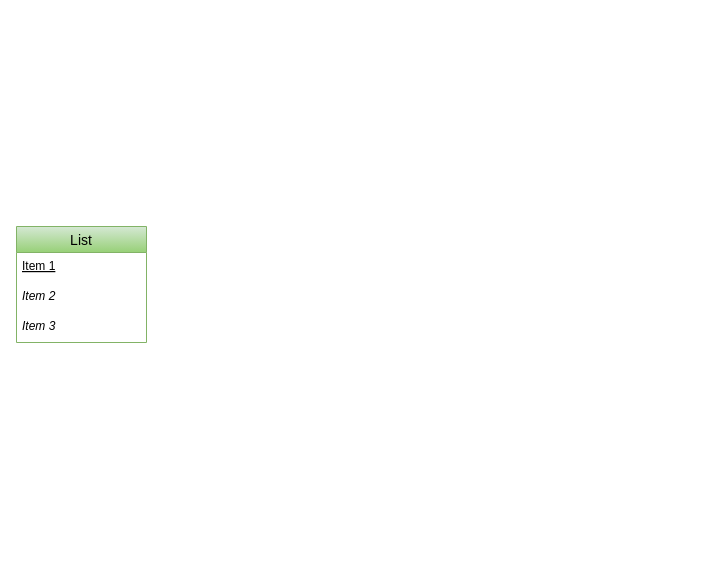
crackplatoonbd/Drawio keeps this draw.io diagram as Untitled Diagram.drawio. Above is the earlier version. Source tidied: cells renumbered, new cells numbered last; positions are measured from the earlier drawing's top-left corner, leaving out a move shared by most shapes. Both pictures are drawn from the tidied source at 100%, with x=0, y=0 at pixel (16, 226).
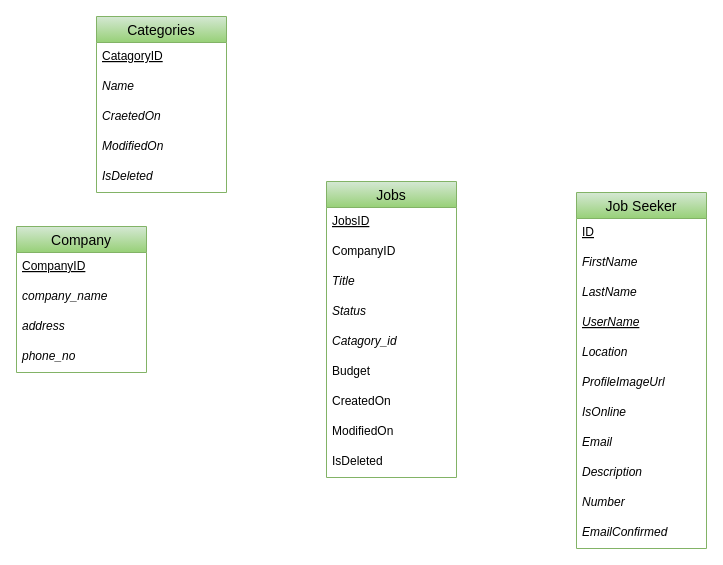
The same diagram, later.

Change to the diagram source:
```diff
@@
-    <mxCell id="2" value="List" style="swimlane;fontStyle=0;horizontal=1;startSize=26;align=center;fontSize=14;labelBackgroundColor=none;fillColor=#d5e8d4;strokeColor=#82b366;gradientColor=#97d077;" parent="1" vertex="1">
-      <mxGeometry width="130" height="116" as="geometry" />
+    <mxCell id="2" value="Company" style="swimlane;fontStyle=0;horizontal=1;startSize=26;align=center;fontSize=14;labelBackgroundColor=none;fillColor=#d5e8d4;strokeColor=#82b366;gradientColor=#97d077;" parent="1" vertex="1">
+      <mxGeometry width="130" height="146" as="geometry" />
     </mxCell>
-    <mxCell id="3" value="Item 1" style="text;strokeColor=none;fillColor=none;spacingLeft=4;spacingRight=4;overflow=hidden;fontSize=12;fontStyle=4;" parent="2" vertex="1">
+    <mxCell id="3" value="CompanyID" style="text;strokeColor=none;fillColor=none;spacingLeft=4;spacingRight=4;overflow=hidden;fontSize=12;fontStyle=4;" parent="2" vertex="1">
       <mxGeometry y="26" width="130" height="30" as="geometry" />
     </mxCell>
-    <mxCell id="4" value="Item 2" style="text;strokeColor=none;fillColor=none;spacingLeft=4;spacingRight=4;overflow=hidden;fontSize=12;fontStyle=2;" parent="2" vertex="1">
+    <mxCell id="4" value="company_name" style="text;strokeColor=none;fillColor=none;spacingLeft=4;spacingRight=4;overflow=hidden;fontSize=12;fontStyle=2;" parent="2" vertex="1">
       <mxGeometry y="56" width="130" height="30" as="geometry" />
     </mxCell>
-    <mxCell id="5" value="Item 3" style="text;strokeColor=none;fillColor=none;spacingLeft=4;spacingRight=4;overflow=hidden;fontSize=12;fontStyle=2;" parent="2" vertex="1">
+    <mxCell id="5" value="address" style="text;strokeColor=none;fillColor=none;spacingLeft=4;spacingRight=4;overflow=hidden;fontSize=12;fontStyle=2;" parent="2" vertex="1">
       <mxGeometry y="86" width="130" height="30" as="geometry" />
     </mxCell>
+    <mxCell id="6" value="phone_no" style="text;strokeColor=none;fillColor=none;spacingLeft=4;spacingRight=4;overflow=hidden;fontSize=12;fontStyle=2;" parent="2" vertex="1">
+      <mxGeometry y="116" width="130" height="30" as="geometry" />
+    </mxCell>
+    <mxCell id="7" value="Jobs" style="swimlane;fontStyle=0;horizontal=1;startSize=26;align=center;fontSize=14;labelBackgroundColor=none;fillColor=#d5e8d4;strokeColor=#82b366;gradientColor=#97d077;" parent="1" vertex="1">
+      <mxGeometry x="310" y="-45" width="130" height="296" as="geometry" />
+    </mxCell>
+    <mxCell id="8" value="JobsID" style="text;strokeColor=none;fillColor=none;spacingLeft=4;spacingRight=4;overflow=hidden;fontSize=12;fontStyle=4;" parent="7" vertex="1">
+      <mxGeometry y="26" width="130" height="30" as="geometry" />
+    </mxCell>
+    <mxCell id="9" value="CompanyID" style="text;strokeColor=none;fillColor=none;spacingLeft=4;spacingRight=4;overflow=hidden;fontSize=12;fontStyle=0;" parent="7" vertex="1">
+      <mxGeometry y="56" width="130" height="30" as="geometry" />
+    </mxCell>
+    <mxCell id="10" value="Title" style="text;strokeColor=none;fillColor=none;spacingLeft=4;spacingRight=4;overflow=hidden;fontSize=12;fontStyle=2;" parent="7" vertex="1">
+      <mxGeometry y="86" width="130" height="30" as="geometry" />
+    </mxCell>
+    <mxCell id="11" value="Status" style="text;strokeColor=none;fillColor=none;spacingLeft=4;spacingRight=4;overflow=hidden;fontSize=12;fontStyle=2;" parent="7" vertex="1">
+      <mxGeometry y="116" width="130" height="30" as="geometry" />
+    </mxCell>
+    <mxCell id="12" value="Catagory_id" style="text;strokeColor=none;fillColor=none;spacingLeft=4;spacingRight=4;overflow=hidden;fontSize=12;fontStyle=2;" parent="7" vertex="1">
+      <mxGeometry y="146" width="130" height="30" as="geometry" />
+    </mxCell>
+    <mxCell id="13" value="Budget" style="text;strokeColor=none;fillColor=none;spacingLeft=4;spacingRight=4;overflow=hidden;fontSize=12;labelBackgroundColor=none;" parent="7" vertex="1">
+      <mxGeometry y="176" width="130" height="30" as="geometry" />
+    </mxCell>
+    <mxCell id="14" value="CreatedOn" style="text;strokeColor=none;fillColor=none;spacingLeft=4;spacingRight=4;overflow=hidden;fontSize=12;labelBackgroundColor=none;" parent="7" vertex="1">
+      <mxGeometry y="206" width="130" height="30" as="geometry" />
+    </mxCell>
+    <mxCell id="15" value="ModifiedOn" style="text;strokeColor=none;fillColor=none;spacingLeft=4;spacingRight=4;overflow=hidden;fontSize=12;labelBackgroundColor=none;" parent="7" vertex="1">
+      <mxGeometry y="236" width="130" height="30" as="geometry" />
+    </mxCell>
+    <mxCell id="16" value="IsDeleted" style="text;strokeColor=none;fillColor=none;spacingLeft=4;spacingRight=4;overflow=hidden;fontSize=12;labelBackgroundColor=none;" parent="7" vertex="1">
+      <mxGeometry y="266" width="130" height="30" as="geometry" />
+    </mxCell>
+    <mxCell id="17" value="Categories" style="swimlane;fontStyle=0;horizontal=1;startSize=26;align=center;fontSize=14;labelBackgroundColor=none;fillColor=#d5e8d4;strokeColor=#82b366;gradientColor=#97d077;" parent="1" vertex="1">
+      <mxGeometry x="80" y="-210" width="130" height="176" as="geometry" />
+    </mxCell>
+    <mxCell id="18" value="CatagoryID" style="text;strokeColor=none;fillColor=none;spacingLeft=4;spacingRight=4;overflow=hidden;fontSize=12;fontStyle=4;" parent="17" vertex="1">
+      <mxGeometry y="26" width="130" height="30" as="geometry" />
+    </mxCell>
+    <mxCell id="19" value="Name" style="text;strokeColor=none;fillColor=none;spacingLeft=4;spacingRight=4;overflow=hidden;fontSize=12;fontStyle=2;" parent="17" vertex="1">
+      <mxGeometry y="56" width="130" height="30" as="geometry" />
+    </mxCell>
+    <mxCell id="20" value="CraetedOn" style="text;strokeColor=none;fillColor=none;spacingLeft=4;spacingRight=4;overflow=hidden;fontSize=12;fontStyle=2;" parent="17" vertex="1">
+      <mxGeometry y="86" width="130" height="30" as="geometry" />
+    </mxCell>
+    <mxCell id="21" value="ModifiedOn" style="text;strokeColor=none;fillColor=none;spacingLeft=4;spacingRight=4;overflow=hidden;fontSize=12;fontStyle=2;" parent="17" vertex="1">
+      <mxGeometry y="116" width="130" height="30" as="geometry" />
+    </mxCell>
+    <mxCell id="22" value="IsDeleted" style="text;strokeColor=none;fillColor=none;spacingLeft=4;spacingRight=4;overflow=hidden;fontSize=12;fontStyle=2;" parent="17" vertex="1">
+      <mxGeometry y="146" width="130" height="30" as="geometry" />
+    </mxCell>
+    <mxCell id="23" value="Job Seeker" style="swimlane;fontStyle=0;horizontal=1;startSize=26;align=center;fontSize=14;labelBackgroundColor=none;fillColor=#d5e8d4;strokeColor=#82b366;gradientColor=#97d077;" parent="1" vertex="1">
+      <mxGeometry x="560" y="-34" width="130" height="356" as="geometry" />
+    </mxCell>
+    <mxCell id="24" value="ID" style="text;strokeColor=none;fillColor=none;spacingLeft=4;spacingRight=4;overflow=hidden;fontSize=12;fontStyle=4;" parent="23" vertex="1">
+      <mxGeometry y="26" width="130" height="30" as="geometry" />
+    </mxCell>
+    <mxCell id="25" value="FirstName" style="text;strokeColor=none;fillColor=none;spacingLeft=4;spacingRight=4;overflow=hidden;fontSize=12;fontStyle=2;" parent="23" vertex="1">
+      <mxGeometry y="56" width="130" height="30" as="geometry" />
+    </mxCell>
+    <mxCell id="26" value="LastName" style="text;strokeColor=none;fillColor=none;spacingLeft=4;spacingRight=4;overflow=hidden;fontSize=12;fontStyle=2;" parent="23" vertex="1">
+      <mxGeometry y="86" width="130" height="30" as="geometry" />
+    </mxCell>
+    <mxCell id="27" value="UserName" style="text;strokeColor=none;fillColor=none;spacingLeft=4;spacingRight=4;overflow=hidden;fontSize=12;fontStyle=6;" parent="23" vertex="1">
+      <mxGeometry y="116" width="130" height="30" as="geometry" />
+    </mxCell>
+    <mxCell id="28" value="Location" style="text;strokeColor=none;fillColor=none;spacingLeft=4;spacingRight=4;overflow=hidden;fontSize=12;fontStyle=2;" parent="23" vertex="1">
+      <mxGeometry y="146" width="130" height="30" as="geometry" />
+    </mxCell>
+    <mxCell id="29" value="ProfileImageUrl" style="text;strokeColor=none;fillColor=none;spacingLeft=4;spacingRight=4;overflow=hidden;fontSize=12;fontStyle=2;" parent="23" vertex="1">
+      <mxGeometry y="176" width="130" height="30" as="geometry" />
+    </mxCell>
+    <mxCell id="30" value="IsOnline" style="text;strokeColor=none;fillColor=none;spacingLeft=4;spacingRight=4;overflow=hidden;fontSize=12;fontStyle=2;" parent="23" vertex="1">
+      <mxGeometry y="206" width="130" height="30" as="geometry" />
+    </mxCell>
+    <mxCell id="31" value="Email" style="text;strokeColor=none;fillColor=none;spacingLeft=4;spacingRight=4;overflow=hidden;fontSize=12;fontStyle=2;" parent="23" vertex="1">
+      <mxGeometry y="236" width="130" height="30" as="geometry" />
+    </mxCell>
+    <mxCell id="32" value="Description" style="text;strokeColor=none;fillColor=none;spacingLeft=4;spacingRight=4;overflow=hidden;fontSize=12;fontStyle=2;" parent="23" vertex="1">
+      <mxGeometry y="266" width="130" height="30" as="geometry" />
+    </mxCell>
+    <mxCell id="33" value="Number" style="text;strokeColor=none;fillColor=none;spacingLeft=4;spacingRight=4;overflow=hidden;fontSize=12;fontStyle=2;" parent="23" vertex="1">
+      <mxGeometry y="296" width="130" height="30" as="geometry" />
+    </mxCell>
+    <mxCell id="34" value="EmailConfirmed" style="text;strokeColor=none;fillColor=none;spacingLeft=4;spacingRight=4;overflow=hidden;fontSize=12;fontStyle=2;" parent="23" vertex="1">
+      <mxGeometry y="326" width="130" height="30" as="geometry" />
+    </mxCell>
```
